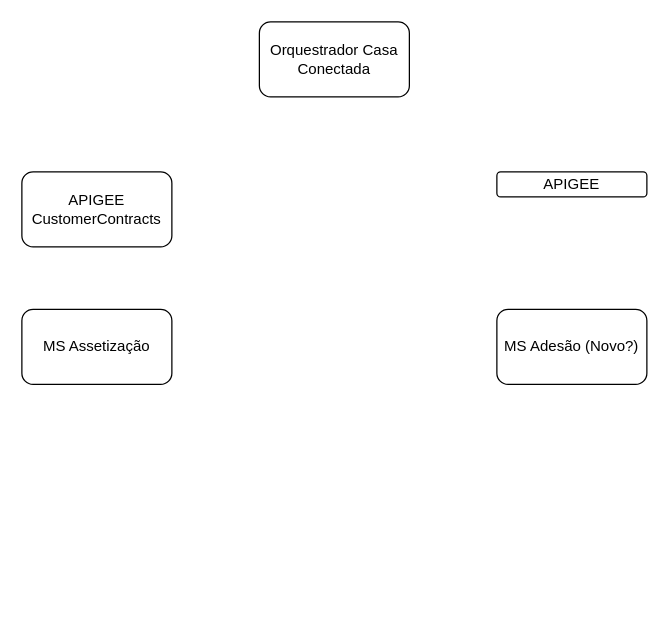
Above: 109970-Casa Conectada.drawio in samirali/ClaroBrasil (draw.io), before the change. Source tidied: cells renumbered, new cells numbered last; positions are measured from the earlier drawing's top-left corner, leaving out a move shared by most shapes. Both pictures are drawn from the tidied source at 125%, with x=0, y=0 at pixel (21, 21).
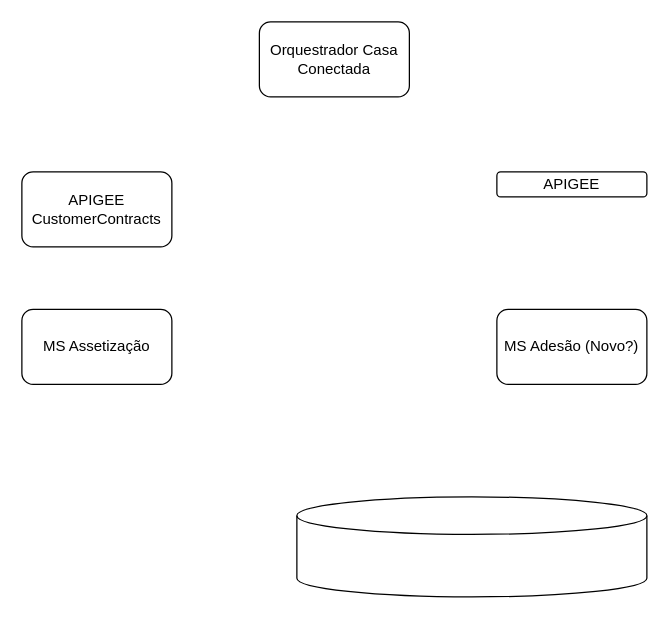
After the change.

What changed in the source:
```diff
@@
 <mxGraphModel>
   <root>
     <mxCell id="0" />
     <mxCell id="1" parent="0" />
     <mxCell id="2" value="Orquestrador Casa Conectada" style="rounded=1;whiteSpace=wrap;html=1;" parent="1" vertex="1">
       <mxGeometry x="190" width="120" height="60" as="geometry" />
     </mxCell>
     <mxCell id="3" value="APIGEE" style="rounded=1;whiteSpace=wrap;html=1;" parent="1" vertex="1">
       <mxGeometry x="380" y="120" width="120" height="20" as="geometry" />
     </mxCell>
     <mxCell id="4" value="MS Assetização" style="rounded=1;whiteSpace=wrap;html=1;" parent="1" vertex="1">
       <mxGeometry y="230" width="120" height="60" as="geometry" />
     </mxCell>
     <mxCell id="5" value="APIGEE CustomerContracts" style="rounded=1;whiteSpace=wrap;html=1;" parent="1" vertex="1">
       <mxGeometry y="120" width="120" height="60" as="geometry" />
     </mxCell>
     <mxCell id="6" value="MS Adesão (Novo?)" style="rounded=1;whiteSpace=wrap;html=1;" parent="1" vertex="1">
       <mxGeometry x="380" y="230" width="120" height="60" as="geometry" />
     </mxCell>
+    <mxCell id="7" style="shape=cylinder3;whiteSpace=wrap;html=1;boundedLbl=1;backgroundOutline=1;size=15;" parent="1" vertex="1">
+      <mxGeometry x="220" y="380" width="280" height="80" as="geometry" />
+    </mxCell>
   </root>
 </mxGraphModel>
```
